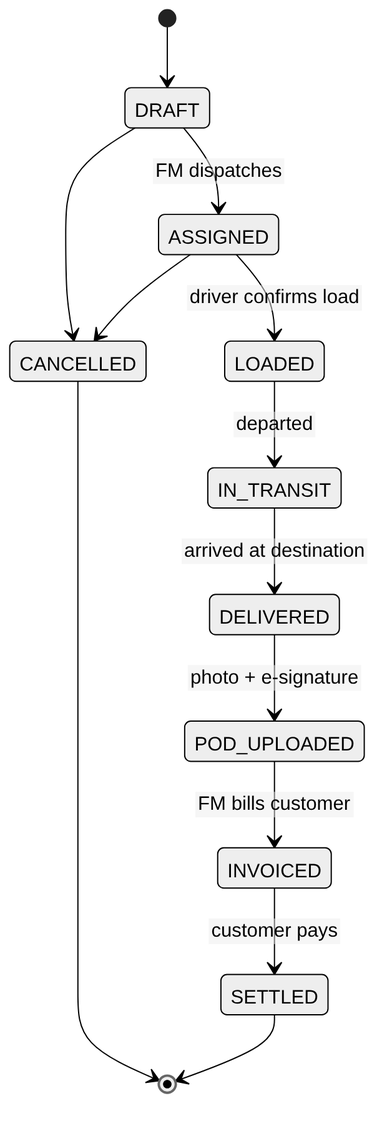
ugry/roadwisefleet keeps this Mermaid diagram as diagrams/png/07-trip-status-state.png. Above is the earlier version. Its source is kept beside it as diagrams/07-trip-status-state.mmd. Its diagram source:
```mermaid
stateDiagram-v2
    [*] --> DRAFT
    DRAFT --> ASSIGNED: FM dispatches
    ASSIGNED --> LOADED: driver confirms load
    LOADED --> IN_TRANSIT: departed
    IN_TRANSIT --> DELIVERED: arrived at destination
    DELIVERED --> POD_UPLOADED: photo + e-signature
    POD_UPLOADED --> INVOICED: FM bills customer
    INVOICED --> SETTLED: customer pays
    DRAFT --> CANCELLED
    ASSIGNED --> CANCELLED
    CANCELLED --> [*]
    SETTLED --> [*]
```
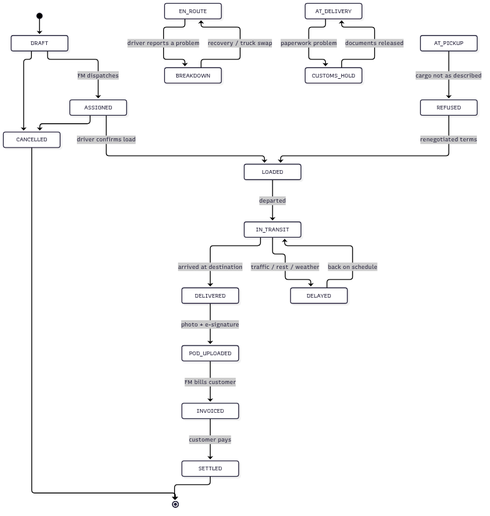
Above is the later version.

Change to the diagram source:
```diff
@@ -11,3 +11,11 @@
     ASSIGNED --> CANCELLED
     CANCELLED --> [*]
     SETTLED --> [*]
+    AT_PICKUP --> REFUSED: cargo not as described
+    REFUSED --> LOADED: renegotiated terms
+    EN_ROUTE --> BREAKDOWN: driver reports a problem
+    BREAKDOWN --> EN_ROUTE: recovery / truck swap
+    IN_TRANSIT --> DELAYED: traffic / rest / weather
+    DELAYED --> IN_TRANSIT: back on schedule
+    AT_DELIVERY --> CUSTOMS_HOLD: paperwork problem
+    CUSTOMS_HOLD --> AT_DELIVERY: documents released
```
